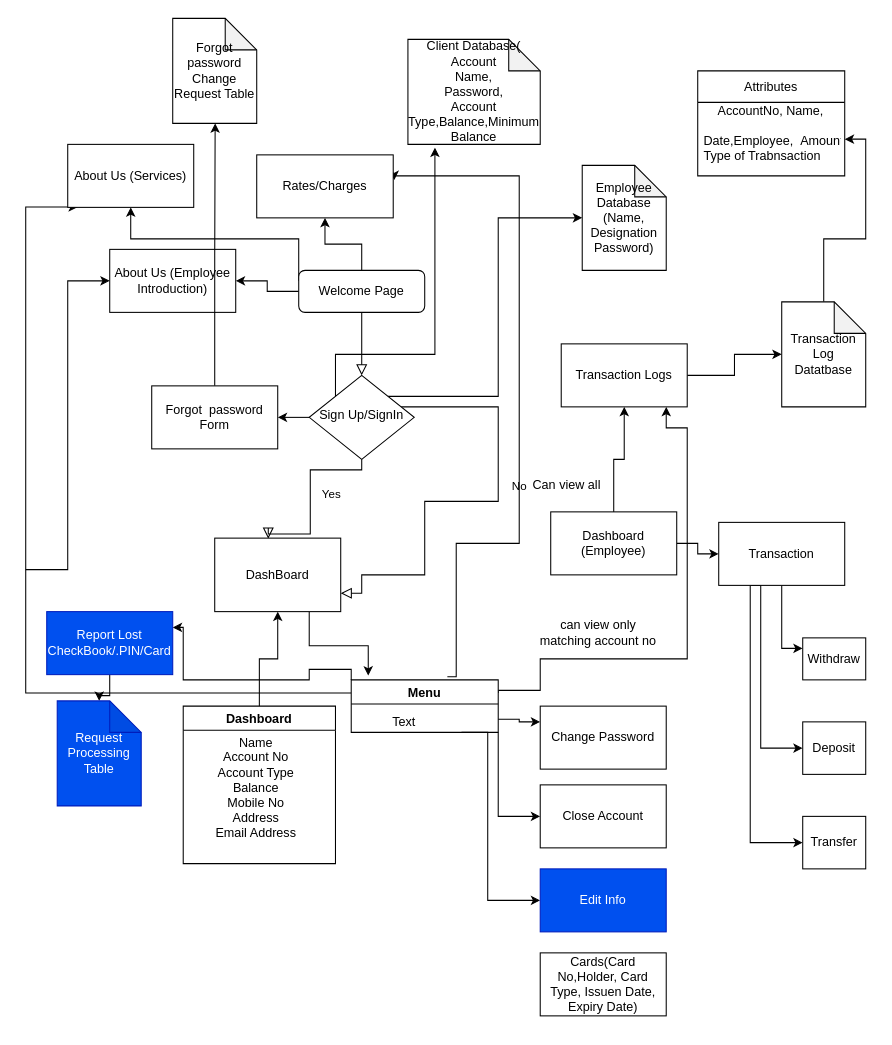
Above: Untitled Diagram.drawio in namirahrasul/BankingManagementSystem (draw.io), before the change. Source tidied: cells renumbered, new cells numbered last; positions are measured from the earlier drawing's top-left corner, leaving out a move shared by most shapes. Both pictures are drawn from the tidied source at 105%, with x=0, y=0 at pixel (25, 18).
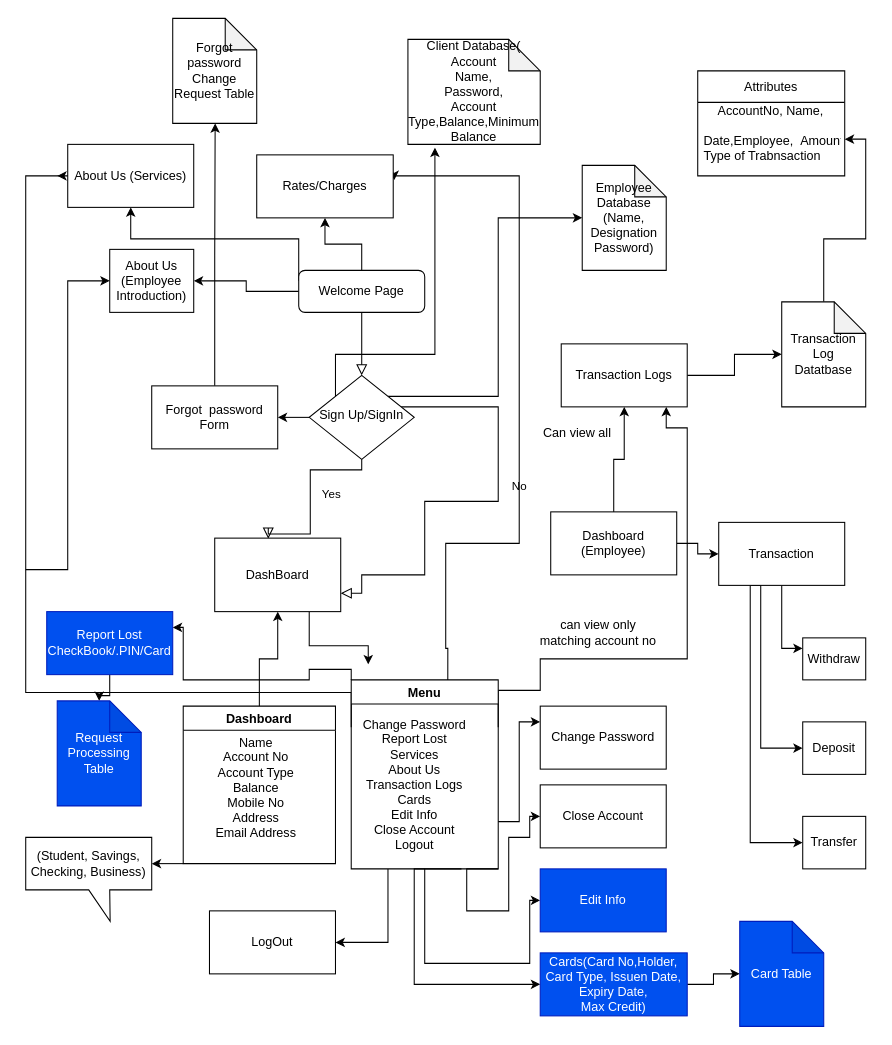
Above is the later version.

Commit message:
Labiba and Namirah's blueprint

Unchanged cells that the change refers to:
```xml
<mxCell id="20" value="Rates/Charges" style="rounded=0;whiteSpace=wrap;html=1;" parent="1" vertex="1">
  <mxGeometry x="220" y="130" width="130" height="60" as="geometry" />
</mxCell>
<mxCell id="21" value="About Us (Services)" style="rounded=0;whiteSpace=wrap;html=1;" parent="1" vertex="1">
  <mxGeometry x="40" y="120" width="120" height="60" as="geometry" />
</mxCell>
<mxCell id="54" value="Dashboard" style="swimlane;" parent="1" vertex="1">
  <mxGeometry x="150" y="655" width="145" height="150" as="geometry" />
</mxCell>
<mxCell id="58" value="Close Account" style="rounded=0;whiteSpace=wrap;html=1;" parent="1" vertex="1">
  <mxGeometry x="490" y="730" width="120" height="60" as="geometry" />
</mxCell>
<mxCell id="59" value="Edit Info" style="rounded=0;whiteSpace=wrap;html=1;fillColor=#0050ef;fontColor=#ffffff;strokeColor=#001DBC;" parent="1" vertex="1">
  <mxGeometry x="490" y="810" width="120" height="60" as="geometry" />
</mxCell>
```

What changed in the source:
```diff
@@
-    <mxCell id="12" style="edgeStyle=orthogonalEdgeStyle;rounded=0;jettySize=auto;html=1;entryX=1.008;entryY=0.4;entryDx=0;entryDy=0;entryPerimeter=0;exitX=0.654;exitY=-0.059;exitDx=0;exitDy=0;exitPerimeter=0;" parent="1" edge="1" source="53" target="20">
+    <mxCell id="12" style="edgeStyle=orthogonalEdgeStyle;rounded=0;jettySize=auto;html=1;entryX=1.008;entryY=0.4;entryDx=0;entryDy=0;entryPerimeter=0;exitX=0.657;exitY=0.007;exitDx=0;exitDy=0;exitPerimeter=0;" parent="1" edge="1" source="53" target="20">
       <mxGeometry relative="1" as="geometry">
         <Array as="points">
-          <mxPoint x="410" y="627" />
-          <mxPoint x="410" y="500" />
+          <mxPoint x="402" y="600" />
+          <mxPoint x="400" y="600" />
+          <mxPoint x="400" y="500" />
           <mxPoint x="470" y="500" />
           <mxPoint x="470" y="150" />
           <mxPoint x="351" y="150" />
         </Array>
       </mxGeometry>
     </mxCell>
@@
-    <mxCell id="14" style="edgeStyle=orthogonalEdgeStyle;rounded=0;jettySize=auto;html=1;exitX=0;exitY=0.25;exitDx=0;exitDy=0;entryX=0.081;entryY=0.993;entryDx=0;entryDy=0;entryPerimeter=0;" parent="1" edge="1" source="53" target="21">
+    <mxCell id="14" style="edgeStyle=orthogonalEdgeStyle;rounded=0;jettySize=auto;html=1;exitX=0;exitY=0.25;exitDx=0;exitDy=0;" parent="1" edge="1" source="53">
       <mxGeometry relative="1" as="geometry">
+        <mxPoint x="30" y="150" as="targetPoint" />
         <Array as="points">
+          <mxPoint x="310" y="642" />
           <mxPoint y="642" />
-          <mxPoint y="180" />
+          <mxPoint y="150" />
+          <mxPoint x="50" y="150" />
         </Array>
       </mxGeometry>
     </mxCell>
@@
     <mxCell id="19" value="About Us (Employee Introduction)" style="rounded=0;whiteSpace=wrap;html=1;" parent="1" vertex="1">
-      <mxGeometry x="80" y="220" width="120" height="60" as="geometry" />
+      <mxGeometry x="80" y="220" width="80" height="60" as="geometry" />
     </mxCell>
@@
     <mxCell id="36" value="Can view all " style="text;html=1;align=center;verticalAlign=middle;strokeColor=none;fillColor=none;" parent="1" vertex="1">
-      <mxGeometry x="470" y="430" width="90" height="30" as="geometry" />
+      <mxGeometry x="480" y="380" width="90" height="30" as="geometry" />
     </mxCell>
@@
     <mxCell id="51" style="edgeStyle=orthogonalEdgeStyle;rounded=0;jettySize=auto;html=1;exitX=1;exitY=1;exitDx=0;exitDy=0;entryX=0;entryY=0.5;entryDx=0;entryDy=0;" parent="1" edge="1" source="53" target="58">
-      <mxGeometry relative="1" as="geometry" />
+      <mxGeometry relative="1" as="geometry">
+        <Array as="points">
+          <mxPoint x="420" y="810" />
+          <mxPoint x="420" y="850" />
+          <mxPoint x="460" y="850" />
+          <mxPoint x="460" y="780" />
+          <mxPoint x="480" y="780" />
+          <mxPoint x="480" y="760" />
+        </Array>
+      </mxGeometry>
     </mxCell>
     <mxCell id="52" style="edgeStyle=orthogonalEdgeStyle;rounded=0;jettySize=auto;html=1;exitX=0.75;exitY=1;exitDx=0;exitDy=0;entryX=0;entryY=0.5;entryDx=0;entryDy=0;" parent="1" edge="1" source="53" target="59">
       <mxGeometry relative="1" as="geometry">
         <Array as="points">
-          <mxPoint x="440" y="680" />
-          <mxPoint x="440" y="840" />
+          <mxPoint x="380" y="810" />
+          <mxPoint x="380" y="900" />
+          <mxPoint x="480" y="900" />
+          <mxPoint x="480" y="840" />
         </Array>
       </mxGeometry>
     </mxCell>
+    <mxCell id="61" style="edgeStyle=orthogonalEdgeStyle;rounded=0;jettySize=auto;html=1;exitX=0.5;exitY=1;exitDx=0;exitDy=0;entryX=0;entryY=0.5;entryDx=0;entryDy=0;" parent="1" edge="1" source="53" target="60">
+      <mxGeometry relative="1" as="geometry">
+        <Array as="points">
+          <mxPoint x="370" y="810" />
+          <mxPoint x="370" y="920" />
+        </Array>
+      </mxGeometry>
+    </mxCell>
+    <mxCell id="62" style="edgeStyle=orthogonalEdgeStyle;rounded=0;jettySize=auto;html=1;exitX=0.25;exitY=1;exitDx=0;exitDy=0;entryX=1;entryY=0.5;entryDx=0;entryDy=0;" parent="1" edge="1" source="53" target="68">
+      <mxGeometry relative="1" as="geometry" />
+    </mxCell>
     <mxCell id="53" value="Menu" style="swimlane;" parent="1" vertex="1">
-      <mxGeometry x="310" y="630" width="140" height="50" as="geometry" />
+      <mxGeometry x="310" y="630" width="140" height="180" as="geometry" />
     </mxCell>
+    <mxCell id="63" value="&lt;div&gt;Change Password&lt;/div&gt;&lt;div&gt;Report Lost&lt;/div&gt;&lt;div&gt;Services&lt;/div&gt;&lt;div&gt;About Us&lt;/div&gt;&lt;div&gt;Transaction Logs&lt;/div&gt;&lt;div&gt;Cards&lt;/div&gt;&lt;div&gt;Edit Info&lt;/div&gt;&lt;div&gt;Close Account&lt;/div&gt;&lt;div&gt;Logout&lt;br&gt;&lt;/div&gt;" style="text;html=1;align=center;verticalAlign=middle;strokeColor=none;fillColor=none;" parent="53" vertex="1">
+      <mxGeometry y="30" width="120" height="140" as="geometry" />
+    </mxCell>
+    <mxCell id="64" style="edgeStyle=orthogonalEdgeStyle;rounded=0;jettySize=auto;html=1;exitX=0;exitY=1;exitDx=0;exitDy=0;entryX=0;entryY=0;entryDx=120;entryDy=25;entryPerimeter=0;" parent="1" edge="1" source="54" target="67">
+      <mxGeometry relative="1" as="geometry" />
+    </mxCell>
@@
-    <mxCell id="56" value="Text" style="text;html=1;align=center;verticalAlign=middle;strokeColor=none;fillColor=none;" parent="1" vertex="1">
-      <mxGeometry x="340" y="660" width="40" height="20" as="geometry" />
-    </mxCell>
@@
+    <mxCell id="65" style="edgeStyle=orthogonalEdgeStyle;rounded=0;jettySize=auto;html=1;" parent="1" edge="1" source="60" target="66">
+      <mxGeometry relative="1" as="geometry" />
+    </mxCell>
-    <mxCell id="60" value="Cards(Card No,Holder, Card Type, Issuen Date, Expiry Date)" style="rounded=0;whiteSpace=wrap;html=1;" parent="1" vertex="1">
-      <mxGeometry x="490" y="890" width="120" height="60" as="geometry" />
+    <mxCell id="60" value="&lt;div&gt;Cards(Card No,Holder, Card Type, Issuen Date, Expiry Date,&lt;/div&gt;&lt;div&gt;Max Credit)&lt;/div&gt;" style="rounded=0;whiteSpace=wrap;html=1;fillColor=#0050ef;fontColor=#ffffff;strokeColor=#001DBC;" parent="1" vertex="1">
+      <mxGeometry x="490" y="890" width="140" height="60" as="geometry" />
     </mxCell>
+    <mxCell id="66" value="Card Table" style="shape=note;whiteSpace=wrap;html=1;backgroundOutline=1;darkOpacity=0.05;fillColor=#0050ef;fontColor=#ffffff;strokeColor=#001DBC;" parent="1" vertex="1">
+      <mxGeometry x="680" y="860" width="80" height="100" as="geometry" />
+    </mxCell>
+    <mxCell id="67" value="(Student, Savings, Checking, Business)" style="shape=callout;whiteSpace=wrap;html=1;perimeter=calloutPerimeter;position2=0.67;" parent="1" vertex="1">
+      <mxGeometry y="780" width="120" height="80" as="geometry" />
+    </mxCell>
+    <mxCell id="68" value="LogOut" style="rounded=0;whiteSpace=wrap;html=1;" parent="1" vertex="1">
+      <mxGeometry x="175" y="850" width="120" height="60" as="geometry" />
+    </mxCell>
```
